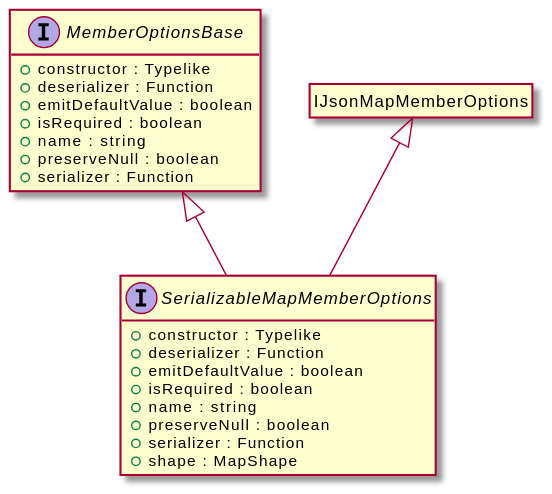
OpenHPS/openhps-core keeps this PlantUML diagram as assets/SerializableMapMemberOptions-umlClassDiagram-4466.svg. Above is the earlier version.
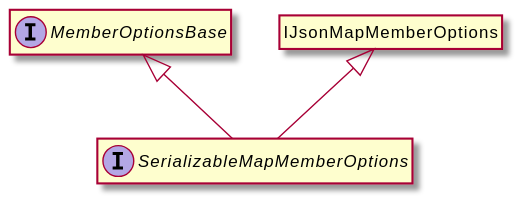
The same diagram one commit later.

The edit, as a diff of the source:
```diff
@@ -3,23 +3,8 @@
 hide empty methods
 hide empty fields
 interface "SerializableMapMemberOptions" {
-    +constructor : Typelike
-    +deserializer : Function
-    +emitDefaultValue : boolean
-    +isRequired : boolean
-    +name : string
-    +preserveNull : boolean
-    +serializer : Function
-    +shape : MapShape
 }
 interface "MemberOptionsBase" {
-    +constructor : Typelike
-    +deserializer : Function
-    +emitDefaultValue : boolean
-    +isRequired : boolean
-    +name : string
-    +preserveNull : boolean
-    +serializer : Function
 }
 "MemberOptionsBase" <|-- "SerializableMapMemberOptions"
 class "IJsonMapMemberOptions"
```
